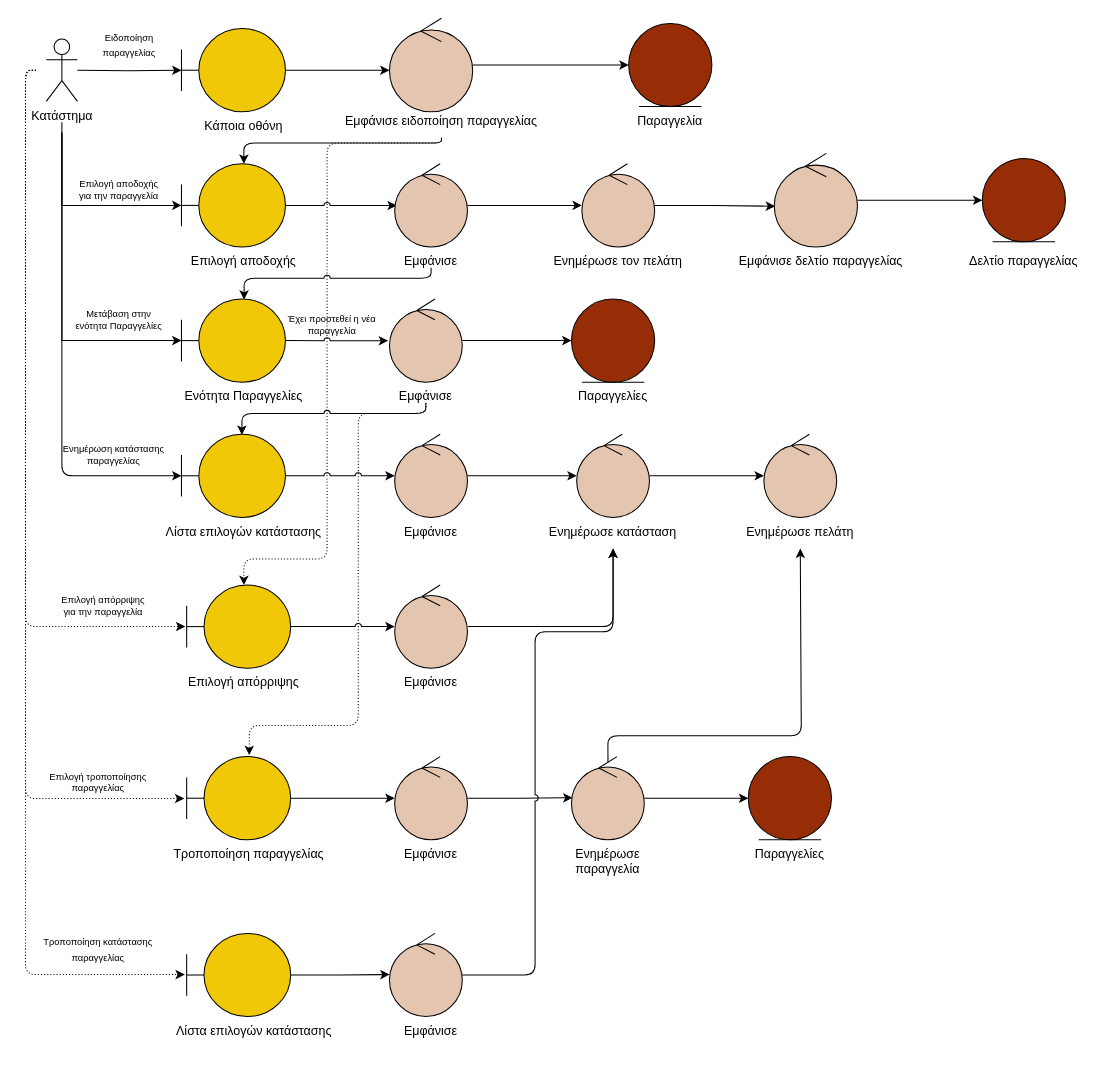
iloudaros/nomnomr keeps this draw.io diagram as docs/contributions/Kout-ou/Phase 3/Shop Robustness Diagrams/Robustness drawio files/usecase2.drawio. Above is the earlier version. Source tidied: cells renumbered, new cells numbered last; positions are measured from the earlier drawing's top-left corner, leaving out a move shared by most shapes. Both pictures are drawn from the tidied source at 104%, with x=0, y=0 at pixel (25, 18).
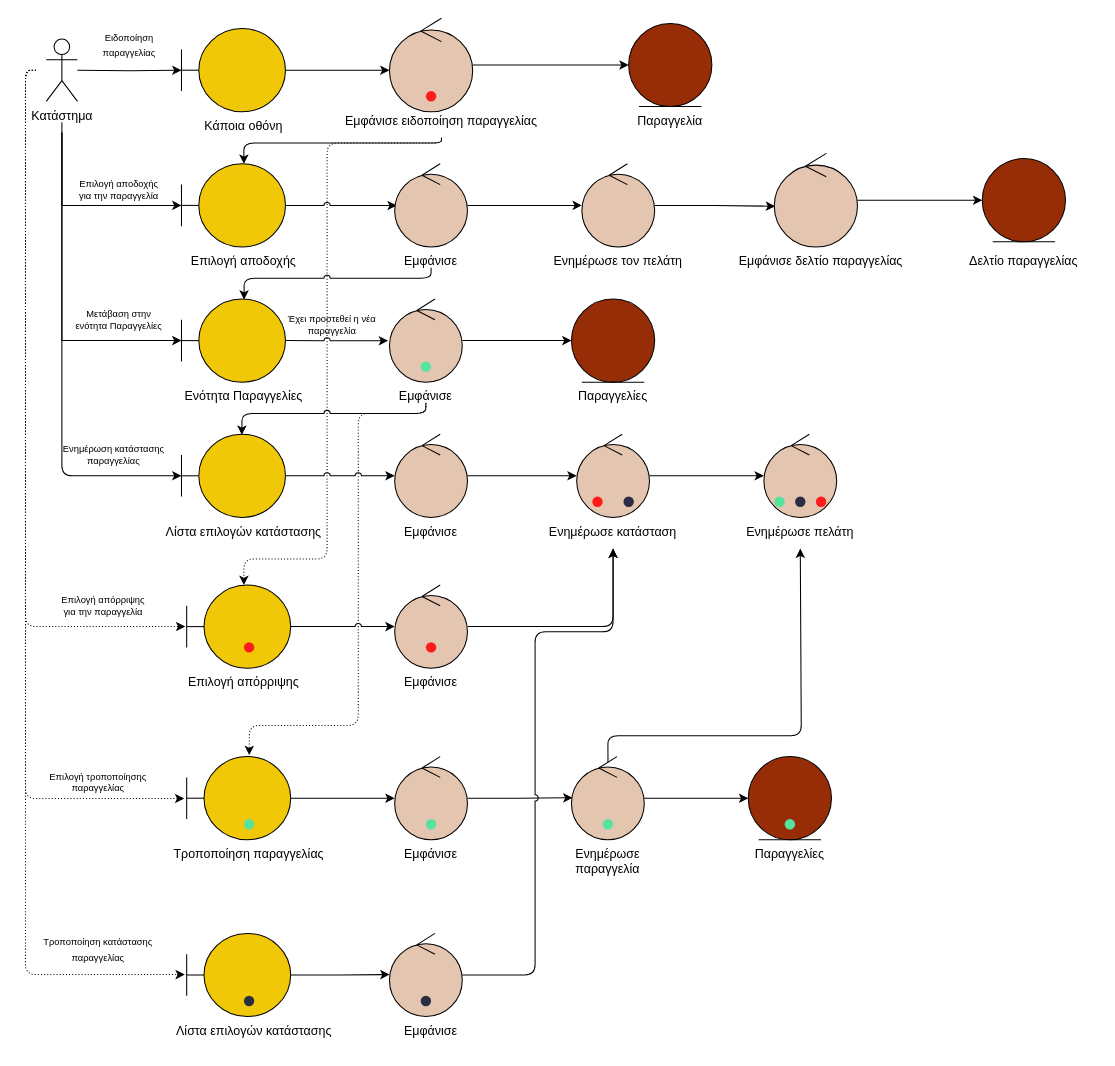
The same page after the edit.

Commit message:
Added Alt Dots to Diagram 2

The edit, as a diff of the source:
```diff
@@
+    <mxCell id="88" style="shape=ellipse;fillColor=#56E39F;strokeColor=none;html=1;sketch=0;" parent="1" vertex="1">
+      <mxGeometry x="380" y="330" width="10" height="10" as="geometry" />
+    </mxCell>
+    <mxCell id="89" style="shape=ellipse;fillColor=#56E39F;strokeColor=none;html=1;sketch=0;" parent="1" vertex="1">
+      <mxGeometry x="210" y="770" width="10" height="10" as="geometry" />
+    </mxCell>
+    <mxCell id="90" style="shape=ellipse;fillColor=#56E39F;strokeColor=none;html=1;sketch=0;" parent="1" vertex="1">
+      <mxGeometry x="385" y="770" width="10" height="10" as="geometry" />
+    </mxCell>
+    <mxCell id="91" style="shape=ellipse;fillColor=#56E39F;strokeColor=none;html=1;sketch=0;" parent="1" vertex="1">
+      <mxGeometry x="555" y="770" width="10" height="10" as="geometry" />
+    </mxCell>
+    <mxCell id="92" style="shape=ellipse;fillColor=#56E39F;strokeColor=none;html=1;sketch=0;" parent="1" vertex="1">
+      <mxGeometry x="730" y="770" width="10" height="10" as="geometry" />
+    </mxCell>
+    <mxCell id="93" style="shape=ellipse;fillColor=#56E39F;strokeColor=none;html=1;sketch=0;" parent="1" vertex="1">
+      <mxGeometry x="720" y="460" width="10" height="10" as="geometry" />
+    </mxCell>
+    <mxCell id="94" style="shape=ellipse;fillColor=#FF1B1B;strokeColor=none;html=1;sketch=0;" parent="1" vertex="1">
+      <mxGeometry x="385" y="70" width="10" height="10" as="geometry" />
+    </mxCell>
+    <mxCell id="95" style="shape=ellipse;fillColor=#FF1B1B;strokeColor=none;html=1;sketch=0;" parent="1" vertex="1">
+      <mxGeometry x="210" y="600" width="10" height="10" as="geometry" />
+    </mxCell>
+    <mxCell id="96" style="shape=ellipse;fillColor=#FF1B1B;strokeColor=none;html=1;sketch=0;" parent="1" vertex="1">
+      <mxGeometry x="385" y="600" width="10" height="10" as="geometry" />
+    </mxCell>
+    <mxCell id="97" style="shape=ellipse;fillColor=#FF1B1B;strokeColor=none;html=1;sketch=0;" parent="1" vertex="1">
+      <mxGeometry x="545" y="460" width="10" height="10" as="geometry" />
+    </mxCell>
+    <mxCell id="98" style="shape=ellipse;fillColor=#FF1B1B;strokeColor=none;html=1;sketch=0;" parent="1" vertex="1">
+      <mxGeometry x="760" y="460" width="10" height="10" as="geometry" />
+    </mxCell>
+    <mxCell id="99" style="shape=ellipse;fillColor=#2B2D42;strokeColor=none;html=1;sketch=0;" parent="1" vertex="1">
+      <mxGeometry x="210" y="940" width="10" height="10" as="geometry" />
+    </mxCell>
+    <mxCell id="100" style="shape=ellipse;fillColor=#2B2D42;strokeColor=none;html=1;sketch=0;" parent="1" vertex="1">
+      <mxGeometry x="380" y="940" width="10" height="10" as="geometry" />
+    </mxCell>
+    <mxCell id="101" style="shape=ellipse;fillColor=#2B2D42;strokeColor=none;html=1;sketch=0;" parent="1" vertex="1">
+      <mxGeometry x="575" y="460" width="10" height="10" as="geometry" />
+    </mxCell>
+    <mxCell id="102" style="shape=ellipse;fillColor=#2B2D42;strokeColor=none;html=1;sketch=0;" parent="1" vertex="1">
+      <mxGeometry x="740" y="460" width="10" height="10" as="geometry" />
+    </mxCell>
```
